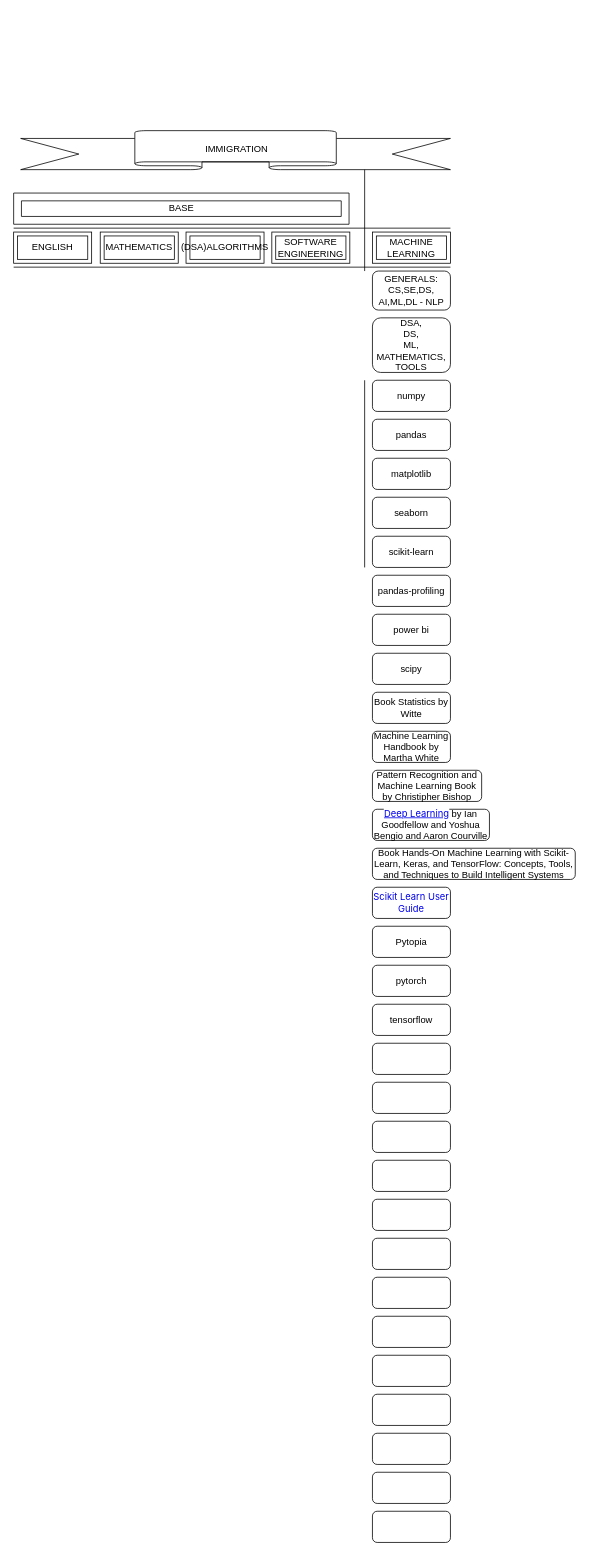
This is Specific-RoadMap/draw/Untitled Diagram.drawio from amir4v/dev, a draw.io file, before an edit. Source tidied: cells renumbered, new cells numbered last; positions are measured from the earlier drawing's top-left corner, leaving out a move shared by most shapes. Both pictures are drawn from the tidied source at 78%, with x=0, y=0 at pixel (13, 130).
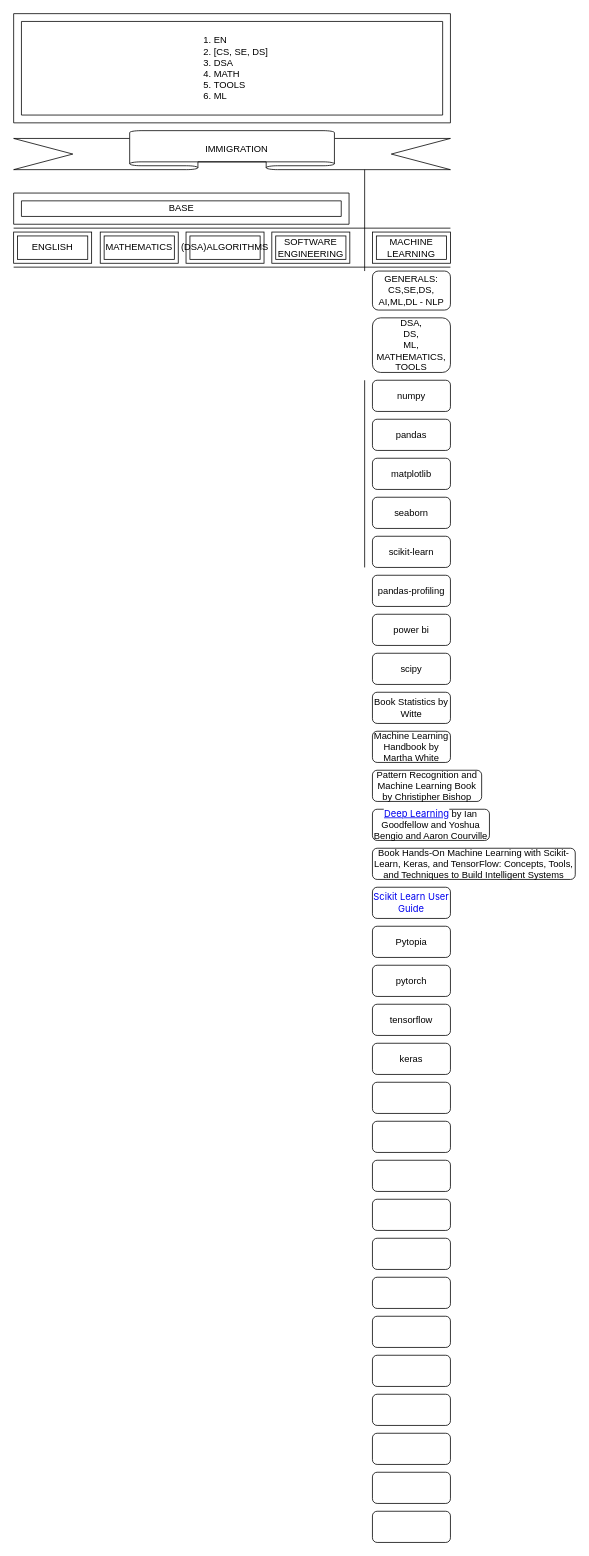
The same diagram, later.

What changed in the source:
```diff
@@
     <mxCell id="3" style="verticalLabelPosition=bottom;verticalAlign=top;html=1;shape=mxgraph.basic.banner;" parent="1" vertex="1">
-      <mxGeometry x="9" width="551" height="50" as="geometry" />
+      <mxGeometry width="560" height="50" as="geometry" />
     </mxCell>
@@
-    <mxCell id="32" style="rounded=1;whiteSpace=wrap;html=1;" parent="1" vertex="1">
+    <mxCell id="32" value="keras" style="rounded=1;whiteSpace=wrap;html=1;" parent="1" vertex="1">
       <mxGeometry x="460" y="1170" width="100" height="40" as="geometry" />
     </mxCell>
@@
+    <mxCell id="47" style="verticalLabelPosition=bottom;verticalAlign=top;html=1;shape=mxgraph.basic.frame;dx=10;whiteSpace=wrap;" parent="1" vertex="1">
+      <mxGeometry y="-150" width="560" height="140" as="geometry" />
+    </mxCell>
+    <mxCell id="48" value="&lt;div&gt;&lt;ol&gt;&lt;li&gt;EN&lt;/li&gt;&lt;li&gt;[CS, SE, DS]&lt;/li&gt;&lt;li&gt;DSA&lt;/li&gt;&lt;li&gt;MATH&lt;/li&gt;&lt;li&gt;TOOLS&lt;/li&gt;&lt;li&gt;ML&lt;/li&gt;&lt;/ol&gt;&lt;/div&gt;" style="text;html=1;align=left;verticalAlign=middle;strokeColor=none;fillColor=none;" parent="1" vertex="1">
+      <mxGeometry x="215" y="-140" width="130" height="120" as="geometry" />
+    </mxCell>
```
